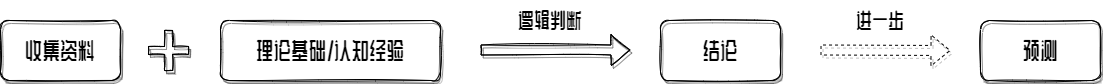
wudashan/blog-picture keeps this draw.io diagram as problem-analysis-frame/Untitled Diagram.png. Above is the earlier version. Source tidied: cells renumbered, new cells last; positions are measured from the earlier drawing's top-left corner, leaving out a move shared by most shapes.
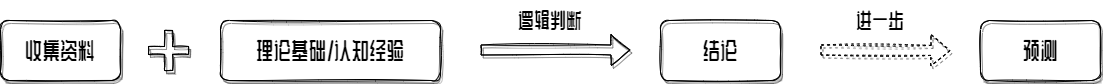
After the commit.

Diff of the diagram source:
```diff
@@ -23,7 +23,7 @@
     <mxCell id="7" value="&lt;p&gt;&lt;font style=&quot;font-size: 23px&quot;&gt;结论&lt;/font&gt;&lt;/p&gt;" style="whiteSpace=wrap;html=1;sketch=1;rounded=1;shadow=1;glass=0;fontFamily=ZCOOL QingKe HuangYou;fontSource=https%3A%2F%2Ffonts.googleapis.com%2Fcss%3Ffamily%3DZCOOL%2BQingKe%2BHuangYou;" parent="1" vertex="1">
       <mxGeometry x="660" y="20" width="120" height="60" as="geometry" />
     </mxCell>
-    <mxCell id="8" style="shape=flexArrow;endArrow=classic;html=1;shadow=1;fontFamily=ZCOOL QingKe HuangYou;fontSource=https%3A%2F%2Ffonts.googleapis.com%2Fcss%3Ffamily%3DZCOOL%2BQingKe%2BHuangYou;dashed=1;" parent="1" edge="1">
+    <mxCell id="8" style="shape=flexArrow;endArrow=classic;html=1;shadow=1;fontFamily=ZCOOL QingKe HuangYou;fontSource=https%3A%2F%2Ffonts.googleapis.com%2Fcss%3Ffamily%3DZCOOL%2BQingKe%2BHuangYou;dashed=1;sketch=1;" parent="1" edge="1">
       <mxGeometry relative="1" as="geometry">
         <mxPoint x="820" y="49.5" as="sourcePoint" />
         <mxPoint x="950" y="50" as="targetPoint" />
```
